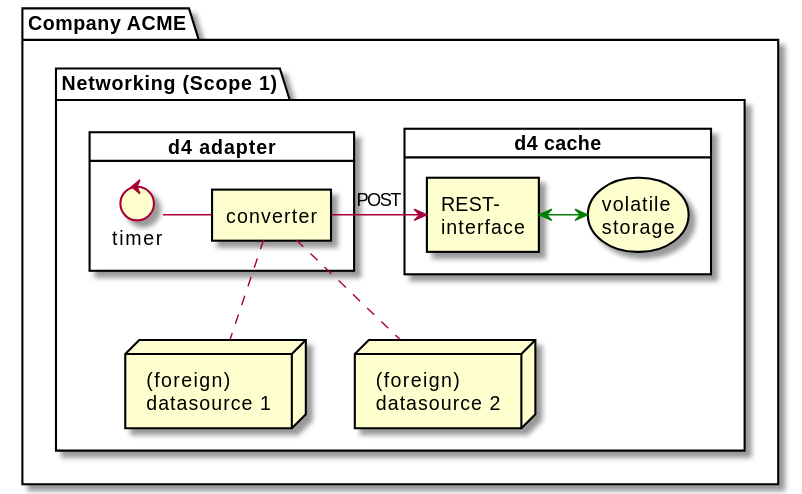
smart-energy-di/d4 keeps this PlantUML diagram as docs/deployment/plantuml/pictures/compay_acme_min04.svg. Above is the earlier version. Its diagram source:
```plantuml
@startuml
!include include/d4_inc_scope.puml

package ca as "Company ACME" {
    $d4scope(ca, scp1, "Networking (Scope 1)", $show_ds1=true, $show_ds2=true, $show_ds3=false, $show_rproxy=false, $show_cache=true, $show_ui=false, $show_adpt=true)
}

@enduml
```
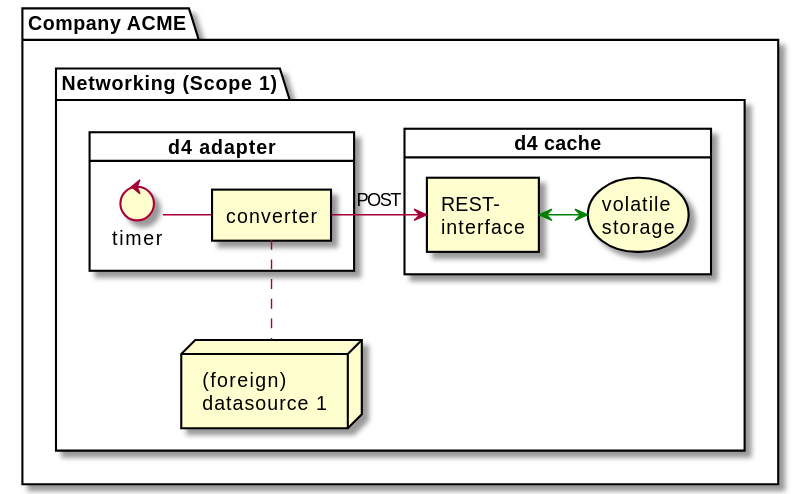
Later version of the same file.

What changed in the source:
```diff
@@ -2,7 +2,7 @@
 !include include/d4_inc_scope.puml
 
 package ca as "Company ACME" {
-    $d4scope(ca, scp1, "Networking (Scope 1)", $show_ds1=true, $show_ds2=true, $show_ds3=false, $show_rproxy=false, $show_cache=true, $show_ui=false, $show_adpt=true)
+    $d4scope(ca, scp1, "Networking (Scope 1)", $show_ds1=true, $show_ds2=false, $show_ds3=false, $show_rproxy=false, $show_cache=true, $show_ui=false, $show_adpt=true)
 }
 
 @enduml
```
